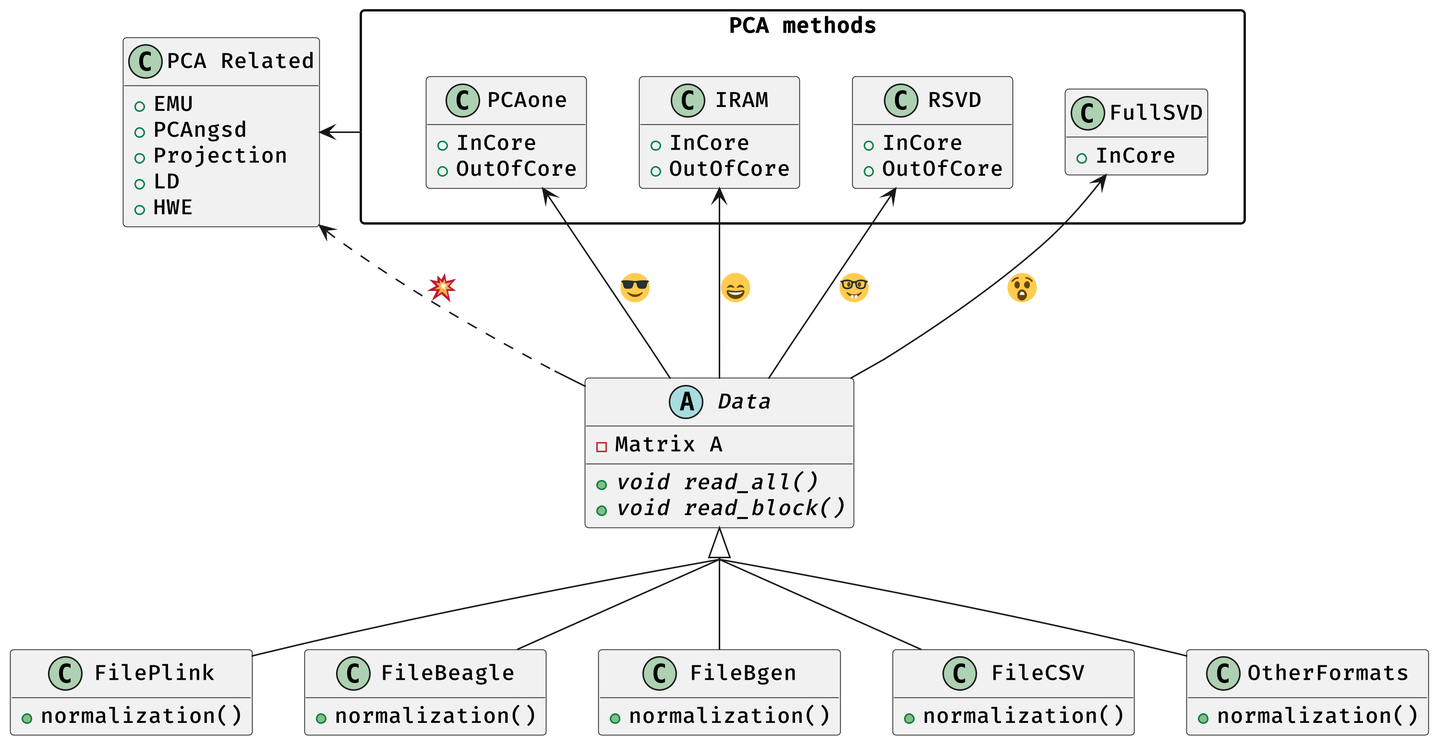
Above: misc/architecture.png in Zilong-Li/PCAone (PlantUML), before the change.
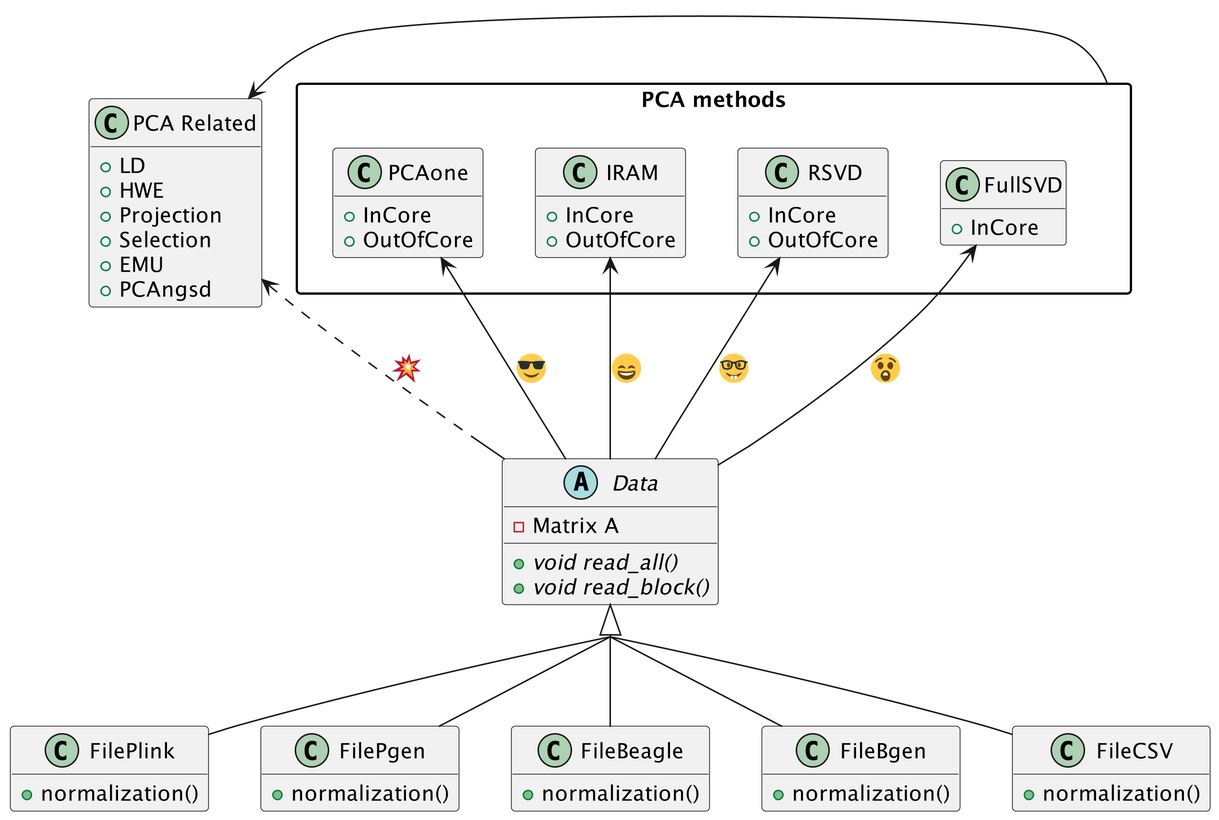
After the commit.

What changed in the source:
```diff
@@ -1,6 +1,6 @@
 @startuml
 skinparam dpi 300
-skinparam defaultFontName FiraCode Nerd Font Med
+skinparam defaultFontName RobotoMono
 skinparam groupInheritance 2
 skinparam packageStyle rectangle
 hide empty fields
@@ -11,11 +11,14 @@
   +void {abstract} read_block()
 }
 Data <|-- FilePlink
+Data <|-- FilePgen
 Data <|-- FileBeagle
 Data <|-- FileBgen
 Data <|-- FileCSV
-Data <|-- OtherFormats
 class FilePlink {
+  +normalization()
+}
+class FilePgen {
   +normalization()
 }
 class FileBeagle {
@@ -25,9 +28,6 @@
   +normalization()
 }
 class FileCSV {
-  +normalization()
-}
-class OtherFormats {
   +normalization()
 }
 package "PCA methods" as PCA {
@@ -49,16 +49,17 @@
 }
 
 class "PCA Related" as PCAem {
+  +LD
+  +HWE
+  +Projection
+  +Selection
   +EMU
   +PCAngsd
-  +Projection
-  +LD
-  +HWE
 }
 FullSVD <-- Data: <:astonished:>
 IRAM <-- Data: <:smile:>
 RSVD <-- Data: <:nerd_face:>
 PCAone <-- Data: <:sunglasses:>
+Data -left[dashed]-> PCAem: <:boom:>
 PCA -left-> PCAem
-Data -left[dashed]-> PCAem: <:boom:>
 @enduml
```
